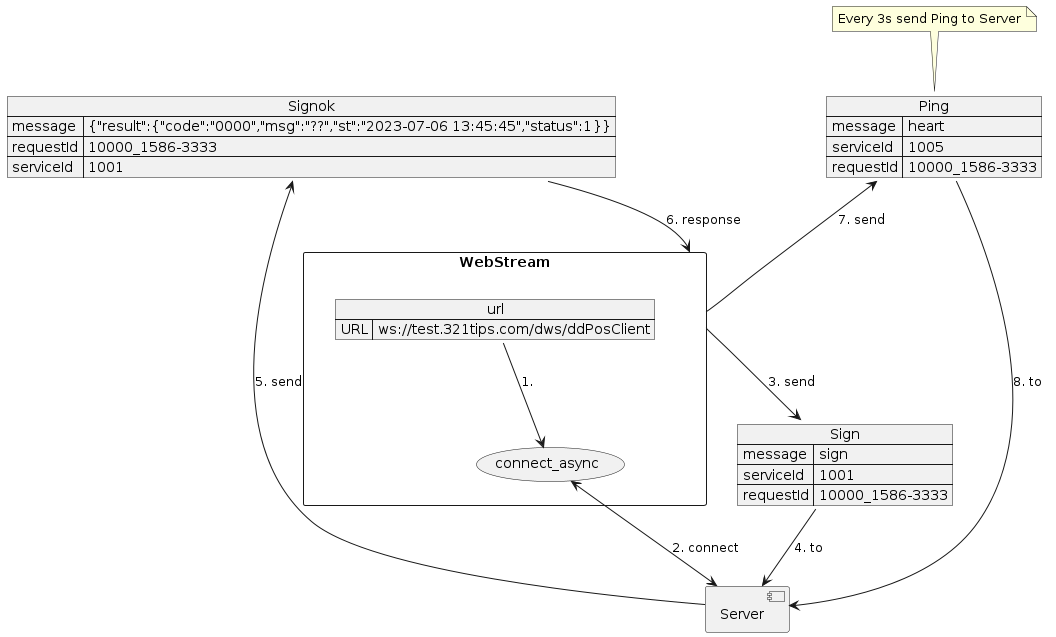
This is docs/plan-a.png from softtiny/plumber, a PlantUML export, as it was before one commit. Its diagram source:
```plantuml
@startuml
rectangle WebStream {
	usecase "connect_async" as Connect
	json url {
	   "URL":"ws://test.321tips.com/dws/ddPosClient"
	}
}
json Ping {
	"message":"heart",
	"serviceId":"1005",
	"requestId":"10000_1586-3333"
}
note top of Ping
  Every 3s send Ping to Server
end note
json Sign {
	"message":"sign",
	"serviceId":"1001",
	"requestId":"10000_1586-3333"
}
json Signok {
	"message":"{\"result\":{\"code\":\"0000\",\"msg\":\"??\",\"st\":\"2023-07-06 13:45:45\",\"status\":1}}",
	"requestId":"10000_1586-3333",
	"serviceId":"1001"
}
component Server as Server {

}


Signok --> WebStream : 6. response
Server -u-> Signok : 5. send
Sign --> Server: 4. to
Ping --> Server: 8. to
WebStream -d-> Sign : 3. send
WebStream -u-> Ping : 7. send
Connect <--> Server : 2. connect
url --> Connect : 1.
@enduml
```
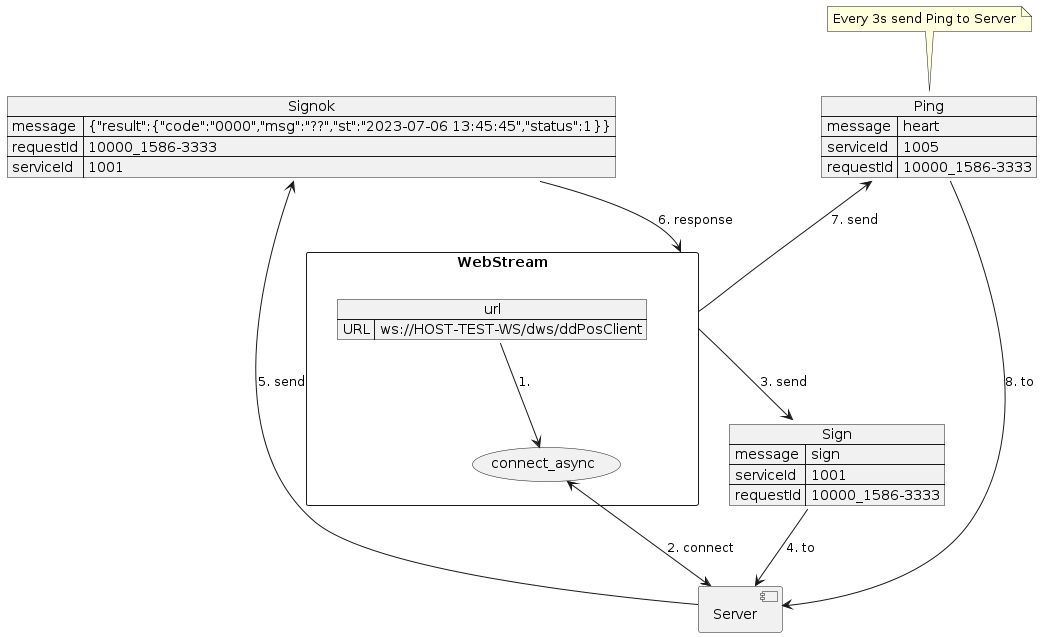
The same diagram one commit later.

What changed in the source:
```diff
@@ -2,7 +2,7 @@
 rectangle WebStream {
 	usecase "connect_async" as Connect
 	json url {
-	   "URL":"ws://test.321tips.com/dws/ddPosClient"
+	   "URL":"ws://HOST-TEST-WS/dws/ddPosClient"
 	}
 }
 json Ping {
```
